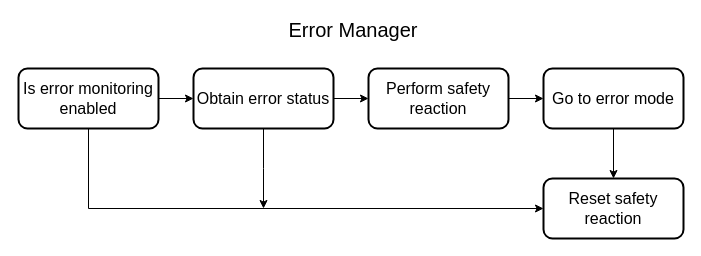
NicolaiFransen/SemesterProjectPED2 keeps this draw.io diagram as Report/Diagrams/ErrorManager.drawio. Above is the earlier version. Source tidied: cells renumbered, new cells numbered last; positions are measured from the earlier drawing's top-left corner, leaving out a move shared by most shapes. Both pictures are drawn from the tidied source at 100%, with x=0, y=0 at pixel (18, 18).
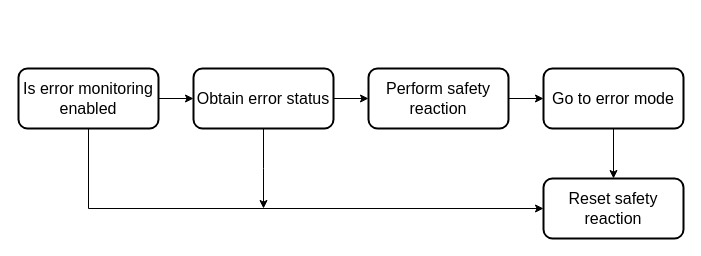
The same diagram, later.

The edit, as a diff of the source:
```diff
@@
 <mxGraphModel>
   <root>
     <mxCell id="0" />
     <mxCell id="1" parent="0" />
-    <mxCell id="2" value="&lt;div&gt;Error Manager&lt;/div&gt;" style="text;html=1;strokeColor=none;fillColor=none;align=center;verticalAlign=middle;whiteSpace=wrap;rounded=0;shadow=0;fontSize=20;" parent="1" vertex="1">
-      <mxGeometry x="204.5" width="260" height="22" as="geometry" />
-    </mxCell>
     <mxCell id="3" style="edgeStyle=orthogonalEdgeStyle;rounded=0;jettySize=auto;html=1;exitX=1;exitY=0.5;exitDx=0;exitDy=0;entryX=0;entryY=0.5;entryDx=0;entryDy=0;" parent="1" edge="1" source="4" target="6">
       <mxGeometry relative="1" as="geometry" />
     </mxCell>
     <mxCell id="4" value="&lt;font style=&quot;font-size: 16px&quot;&gt;Is error monitoring enabled&lt;br&gt;&lt;/font&gt;" style="rounded=1;whiteSpace=wrap;html=1;strokeWidth=2;" parent="1" vertex="1">
       <mxGeometry y="50" width="140" height="60" as="geometry" />
     </mxCell>
     <mxCell id="5" style="edgeStyle=orthogonalEdgeStyle;rounded=0;jettySize=auto;html=1;exitX=1;exitY=0.5;exitDx=0;exitDy=0;" parent="1" edge="1" source="6" target="9">
       <mxGeometry relative="1" as="geometry" />
     </mxCell>
     <mxCell id="6" value="&lt;span style=&quot;font-size: 16px&quot;&gt;Obtain error status&lt;/span&gt;" style="rounded=1;whiteSpace=wrap;html=1;strokeWidth=2;" parent="1" vertex="1">
       <mxGeometry x="175" y="50" width="140" height="60" as="geometry" />
     </mxCell>
     <mxCell id="7" value="&lt;font style=&quot;font-size: 16px&quot;&gt;Go to error mode&lt;/font&gt;" style="rounded=1;whiteSpace=wrap;html=1;strokeWidth=2;" parent="1" vertex="1">
       <mxGeometry x="525" y="50" width="140" height="60" as="geometry" />
     </mxCell>
     <mxCell id="8" style="edgeStyle=orthogonalEdgeStyle;rounded=0;jettySize=auto;html=1;exitX=1;exitY=0.5;exitDx=0;exitDy=0;entryX=0;entryY=0.5;entryDx=0;entryDy=0;" parent="1" edge="1" source="9" target="7">
       <mxGeometry relative="1" as="geometry" />
     </mxCell>
     <mxCell id="9" value="&lt;font style=&quot;font-size: 16px&quot;&gt;Perform safety reaction&lt;/font&gt;" style="rounded=1;whiteSpace=wrap;html=1;strokeWidth=2;" parent="1" vertex="1">
       <mxGeometry x="350" y="50" width="140" height="60" as="geometry" />
     </mxCell>
     <mxCell id="10" value="&lt;span&gt;Reset safety reaction&lt;/span&gt;" style="rounded=1;whiteSpace=wrap;html=1;strokeWidth=2;fontSize=16;" parent="1" vertex="1">
       <mxGeometry x="525" y="160" width="140" height="60" as="geometry" />
     </mxCell>
     <mxCell id="11" style="edgeStyle=orthogonalEdgeStyle;rounded=0;jettySize=auto;html=1;exitX=0.5;exitY=1;exitDx=0;exitDy=0;entryX=0;entryY=0.5;entryDx=0;entryDy=0;" parent="1" edge="1" source="4" target="10">
       <mxGeometry relative="1" as="geometry" />
     </mxCell>
     <mxCell id="12" style="edgeStyle=orthogonalEdgeStyle;rounded=0;jettySize=auto;html=1;exitX=0.5;exitY=1;exitDx=0;exitDy=0;" parent="1" edge="1" source="6">
       <mxGeometry relative="1" as="geometry">
         <mxPoint x="245" y="190" as="targetPoint" />
       </mxGeometry>
     </mxCell>
     <mxCell id="13" style="edgeStyle=orthogonalEdgeStyle;rounded=0;jettySize=auto;html=1;exitX=0.5;exitY=1;exitDx=0;exitDy=0;entryX=0.5;entryY=0;entryDx=0;entryDy=0;" parent="1" edge="1" source="7" target="10">
       <mxGeometry relative="1" as="geometry" />
     </mxCell>
   </root>
 </mxGraphModel>
```
